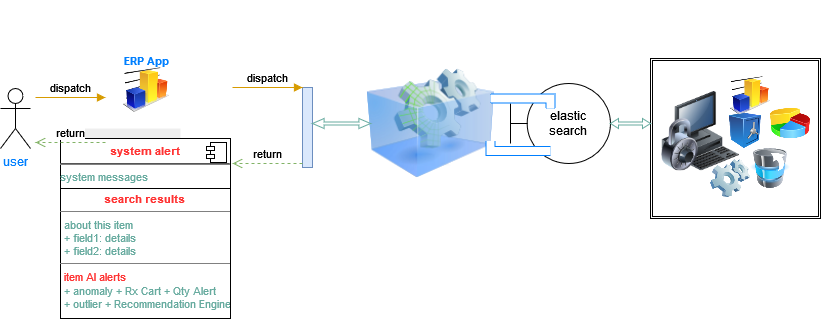
This is assets/images/app_process.png from AmitXShukla/Rx-API-with-NLP-Prediction, a draw.io export, as it was before one commit. Source tidied: cells renumbered, new cells last; positions are measured from the earlier drawing's top-left corner, leaving out a move shared by most shapes.
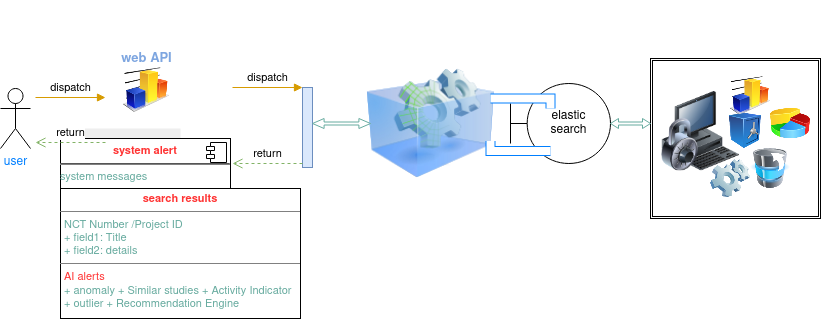
After the change.

What changed in the source:
```diff
@@ -17,48 +17,48 @@
     <mxCell id="6" style="html=1;points=[];perimeter=orthogonalPerimeter;fillColor=#dae8fc;strokeColor=#6c8ebf;" parent="1" vertex="1">
       <mxGeometry x="302" y="87" width="10" height="80" as="geometry" />
     </mxCell>
-    <mxCell id="7" value="dispatch" style="html=1;verticalAlign=bottom;endArrow=block;entryX=0;entryY=0;rounded=0;fillColor=#ffe6cc;strokeColor=#d79b00;" parent="1" edge="1" target="6">
-      <mxGeometry relative="1" as="geometry">
-        <mxPoint x="232" y="87" as="sourcePoint" />
-      </mxGeometry>
-    </mxCell>
-    <mxCell id="8" value="return" style="html=1;verticalAlign=bottom;endArrow=open;dashed=1;endSize=8;exitX=0;exitY=0.95;rounded=0;fillColor=#d5e8d4;strokeColor=#82b366;" parent="1" edge="1" source="6">
-      <mxGeometry relative="1" as="geometry">
-        <mxPoint x="232" y="163" as="targetPoint" />
-      </mxGeometry>
-    </mxCell>
+    <mxCell id="28" value="dispatch" style="html=1;verticalAlign=bottom;endArrow=block;entryX=0;entryY=0;rounded=0;fillColor=#ffe6cc;strokeColor=#d79b00;" parent="1" edge="1" target="6">
+      <mxGeometry relative="1" as="geometry">
+        <mxPoint x="232" y="87" as="sourcePoint" />
+      </mxGeometry>
+    </mxCell>
+    <mxCell id="29" value="return" style="html=1;verticalAlign=bottom;endArrow=open;dashed=1;endSize=8;exitX=0;exitY=0.95;rounded=0;fillColor=#d5e8d4;strokeColor=#82b366;" parent="1" edge="1" source="6">
+      <mxGeometry relative="1" as="geometry">
+        <mxPoint x="232" y="163" as="targetPoint" />
+      </mxGeometry>
+    </mxCell>
     <mxCell id="9" style="image;html=1;image=img/lib/clip_art/finance/Graph_128x128.png;" parent="1" vertex="1">
       <mxGeometry x="111" y="67" width="70" height="45" as="geometry" />
     </mxCell>
-    <mxCell id="10" value="&lt;font style=&quot;font-size: 11px&quot; color=&quot;#007FFF&quot;&gt;ERP App&lt;/font&gt;" style="text;strokeColor=none;fillColor=none;html=1;fontSize=24;fontStyle=1;verticalAlign=middle;align=center;" parent="1" vertex="1">
-      <mxGeometry x="91" y="0.5" width="110" height="110" as="geometry" />
-    </mxCell>
+    <mxCell id="30" value="&lt;font style=&quot;font-size: 13px&quot; color=&quot;#7EA6E0&quot;&gt;web API&lt;/font&gt;" style="text;strokeColor=none;fillColor=none;html=1;fontSize=24;fontStyle=1;verticalAlign=middle;align=center;" parent="1" vertex="1">
+      <mxGeometry x="91" y="0.5" width="110" height="110" as="geometry" />
+    </mxCell>
     <mxCell id="11" style="shape=rect;fillColor=#eeeeee;strokeColor=none;fontSize=11;fontColor=#007FFF;" parent="1" vertex="1">
       <mxGeometry x="60" y="128" width="120" height="190" as="geometry" />
     </mxCell>
     <mxCell id="12" value="&lt;p style=&quot;margin: 0px ; margin-top: 6px ; text-align: center&quot;&gt;&lt;font color=&quot;#FF3333&quot;&gt;&lt;b&gt;system alert&lt;/b&gt;&lt;/font&gt;&lt;br&gt;&lt;/p&gt;&lt;hr&gt;system messages" style="align=left;overflow=fill;html=1;fontSize=11;fontColor=#67AB9F;" parent="1" vertex="1">
       <mxGeometry x="60" y="138" width="170" height="50" as="geometry" />
     </mxCell>
-    <mxCell id="13" style="shape=component;jettyWidth=8;jettyHeight=4;fontSize=11;fontColor=#67AB9F;" parent="12" vertex="1">
-      <mxGeometry x="1" width="20" height="20" relative="1" as="geometry">
-        <mxPoint x="-24" y="4" as="offset" />
-      </mxGeometry>
-    </mxCell>
-    <mxCell id="14" value="&lt;p style=&quot;margin: 4px 0px 0px ; text-align: center ; font-size: 11px&quot;&gt;&lt;font style=&quot;font-size: 11px&quot;&gt;&lt;b&gt;search results&lt;/b&gt;&lt;br&gt;&lt;/font&gt;&lt;/p&gt;&lt;hr style=&quot;font-size: 11px&quot; size=&quot;1&quot;&gt;&lt;p style=&quot;margin: 0px 0px 0px 4px ; font-size: 11px&quot;&gt;&lt;font style=&quot;font-size: 11px&quot; color=&quot;#67AB9F&quot;&gt;about this item&lt;br&gt;&lt;/font&gt;&lt;/p&gt;&lt;p style=&quot;margin: 0px 0px 0px 4px ; font-size: 11px&quot;&gt;&lt;font style=&quot;font-size: 11px&quot;&gt;&lt;font color=&quot;#67AB9F&quot;&gt;+ field1: details&lt;br&gt;+ field2: details&lt;/font&gt;&lt;br&gt;&lt;/font&gt;&lt;/p&gt;&lt;hr style=&quot;font-size: 11px&quot; size=&quot;1&quot;&gt;&lt;p style=&quot;margin: 0px 0px 0px 4px ; font-size: 11px&quot;&gt;&lt;font style=&quot;font-size: 11px&quot;&gt;item AI alerts&lt;br&gt;&lt;/font&gt;&lt;/p&gt;&lt;p style=&quot;margin: 0px 0px 0px 4px ; font-size: 11px&quot;&gt;&lt;font style=&quot;font-size: 11px&quot;&gt;&lt;font color=&quot;#67AB9F&quot;&gt;+ anomaly + Rx Cart + Qty Alert&lt;br&gt;+ outlier&lt;/font&gt; &lt;/font&gt;&lt;font style=&quot;font-size: 11px&quot;&gt;&lt;font color=&quot;#67AB9F&quot;&gt; + Recommendation Engine&lt;br&gt;&lt;/font&gt;&lt;/font&gt;&lt;/p&gt;&lt;p style=&quot;margin: 0px 0px 0px 4px ; font-size: 11px&quot;&gt;&lt;font style=&quot;font-size: 11px&quot;&gt;&lt;br&gt;&lt;/font&gt;&lt;/p&gt;" style="verticalAlign=top;align=left;overflow=fill;fontSize=12;fontFamily=Helvetica;html=1;fontColor=#FF3333;" parent="1" vertex="1">
-      <mxGeometry x="60" y="188" width="170" height="130" as="geometry" />
-    </mxCell>
-    <mxCell id="15" value="dispatch" style="html=1;verticalAlign=bottom;endArrow=block;entryX=0;entryY=0;rounded=0;fillColor=#ffe6cc;strokeColor=#d79b00;" parent="1" edge="1">
-      <mxGeometry relative="1" as="geometry">
-        <mxPoint x="35" y="97" as="sourcePoint" />
-        <mxPoint x="105" y="97" as="targetPoint" />
-      </mxGeometry>
-    </mxCell>
-    <mxCell id="16" value="return" style="html=1;verticalAlign=bottom;endArrow=open;dashed=1;endSize=8;exitX=0;exitY=0.95;rounded=0;fillColor=#d5e8d4;strokeColor=#82b366;" parent="1" edge="1">
-      <mxGeometry relative="1" as="geometry">
-        <mxPoint x="105" y="142" as="sourcePoint" />
-        <mxPoint x="35" y="142" as="targetPoint" />
-      </mxGeometry>
-    </mxCell>
+    <mxCell id="31" style="shape=component;jettyWidth=8;jettyHeight=4;fontSize=11;fontColor=#67AB9F;" parent="12" vertex="1">
+      <mxGeometry x="1" width="20" height="20" relative="1" as="geometry">
+        <mxPoint x="-24" y="4" as="offset" />
+      </mxGeometry>
+    </mxCell>
+    <mxCell id="32" value="&lt;p style=&quot;margin: 4px 0px 0px ; text-align: center ; font-size: 11px&quot;&gt;&lt;font style=&quot;font-size: 11px&quot;&gt;&lt;b&gt;search results&lt;/b&gt;&lt;br&gt;&lt;/font&gt;&lt;/p&gt;&lt;hr style=&quot;font-size: 11px&quot; size=&quot;1&quot;&gt;&lt;p style=&quot;margin: 0px 0px 0px 4px ; font-size: 11px&quot;&gt;&lt;font color=&quot;#67AB9F&quot;&gt;NCT Number /Project ID&lt;/font&gt;&lt;font style=&quot;font-size: 11px&quot; color=&quot;#67AB9F&quot;&gt;&lt;br&gt;&lt;/font&gt;&lt;/p&gt;&lt;p style=&quot;margin: 0px 0px 0px 4px ; font-size: 11px&quot;&gt;&lt;font style=&quot;font-size: 11px&quot;&gt;&lt;font color=&quot;#67AB9F&quot;&gt;+ field1: Title&lt;br&gt;+ field2: details&lt;/font&gt;&lt;br&gt;&lt;/font&gt;&lt;/p&gt;&lt;hr style=&quot;font-size: 11px&quot; size=&quot;1&quot;&gt;&lt;p style=&quot;margin: 0px 0px 0px 4px ; font-size: 11px&quot;&gt;&lt;font style=&quot;font-size: 11px&quot;&gt;AI alerts&lt;br&gt;&lt;/font&gt;&lt;/p&gt;&lt;p style=&quot;margin: 0px 0px 0px 4px ; font-size: 11px&quot;&gt;&lt;font style=&quot;font-size: 11px&quot;&gt;&lt;font color=&quot;#67AB9F&quot;&gt;+ anomaly + Similar studies + Activity Indicator&lt;br&gt;+ outlier&lt;/font&gt; &lt;/font&gt;&lt;font style=&quot;font-size: 11px&quot;&gt;&lt;font color=&quot;#67AB9F&quot;&gt; + Recommendation Engine&lt;br&gt;&lt;/font&gt;&lt;/font&gt;&lt;/p&gt;&lt;p style=&quot;margin: 0px 0px 0px 4px ; font-size: 11px&quot;&gt;&lt;font style=&quot;font-size: 11px&quot;&gt;&lt;br&gt;&lt;/font&gt;&lt;/p&gt;" style="verticalAlign=top;align=left;overflow=fill;fontSize=12;fontFamily=Helvetica;html=1;fontColor=#FF3333;" parent="1" vertex="1">
+      <mxGeometry x="60" y="188" width="240" height="130" as="geometry" />
+    </mxCell>
+    <mxCell id="33" value="dispatch" style="html=1;verticalAlign=bottom;endArrow=block;entryX=0;entryY=0;rounded=0;fillColor=#ffe6cc;strokeColor=#d79b00;" parent="1" edge="1">
+      <mxGeometry relative="1" as="geometry">
+        <mxPoint x="35" y="97" as="sourcePoint" />
+        <mxPoint x="105" y="97" as="targetPoint" />
+      </mxGeometry>
+    </mxCell>
+    <mxCell id="34" value="return" style="html=1;verticalAlign=bottom;endArrow=open;dashed=1;endSize=8;exitX=0;exitY=0.95;rounded=0;fillColor=#d5e8d4;strokeColor=#82b366;" parent="1" edge="1">
+      <mxGeometry relative="1" as="geometry">
+        <mxPoint x="105" y="142" as="sourcePoint" />
+        <mxPoint x="35" y="142" as="targetPoint" />
+      </mxGeometry>
+    </mxCell>
     <mxCell id="17" style="image;html=1;image=img/lib/clip_art/finance/Graph_128x128.png;fontSize=11;fontColor=#67AB9F;" parent="1" vertex="1">
       <mxGeometry x="730" y="75.5" width="40" height="40" as="geometry" />
     </mxCell>
@@ -80,18 +80,18 @@
     <mxCell id="23" style="image;html=1;image=img/lib/clip_art/computers/Software_128x128.png;fontSize=11;fontColor=#67AB9F;" parent="1" vertex="1">
       <mxGeometry x="710" y="158" width="40" height="40" as="geometry" />
     </mxCell>
-    <mxCell id="24" style="shape=filledEdge;rounded=0;fixDash=1;endArrow=none;strokeWidth=10;fillColor=#ffffff;edgeStyle=orthogonalEdgeStyle;fontSize=11;fontColor=#67AB9F;strokeColor=#007FFF;" parent="1" edge="1">
-      <mxGeometry relative="1" as="geometry">
-        <mxPoint x="490" y="98" as="sourcePoint" />
-        <mxPoint x="550" y="108" as="targetPoint" />
-      </mxGeometry>
-    </mxCell>
-    <mxCell id="25" style="shape=filledEdge;rounded=0;fixDash=1;endArrow=none;strokeWidth=10;fillColor=#ffffff;edgeStyle=orthogonalEdgeStyle;fontSize=11;fontColor=#67AB9F;strokeColor=#007FFF;" parent="1" edge="1">
-      <mxGeometry relative="1" as="geometry">
-        <mxPoint x="550" y="150.5" as="sourcePoint" />
-        <mxPoint x="490" y="140.5" as="targetPoint" />
-      </mxGeometry>
-    </mxCell>
+    <mxCell id="35" style="shape=filledEdge;rounded=0;fixDash=1;endArrow=none;strokeWidth=10;fillColor=#ffffff;edgeStyle=orthogonalEdgeStyle;fontSize=11;fontColor=#67AB9F;strokeColor=#007FFF;" parent="1" edge="1">
+      <mxGeometry relative="1" as="geometry">
+        <mxPoint x="490" y="98" as="sourcePoint" />
+        <mxPoint x="550" y="108" as="targetPoint" />
+      </mxGeometry>
+    </mxCell>
+    <mxCell id="36" style="shape=filledEdge;rounded=0;fixDash=1;endArrow=none;strokeWidth=10;fillColor=#ffffff;edgeStyle=orthogonalEdgeStyle;fontSize=11;fontColor=#67AB9F;strokeColor=#007FFF;" parent="1" edge="1">
+      <mxGeometry relative="1" as="geometry">
+        <mxPoint x="550" y="150.5" as="sourcePoint" />
+        <mxPoint x="490" y="140.5" as="targetPoint" />
+      </mxGeometry>
+    </mxCell>
     <mxCell id="26" style="shape=doubleArrow;whiteSpace=wrap;html=1;fontSize=11;fontColor=#007FFF;strokeColor=#67AB9F;" parent="1" vertex="1">
       <mxGeometry x="610" y="118" width="40" height="10" as="geometry" />
     </mxCell>
```
